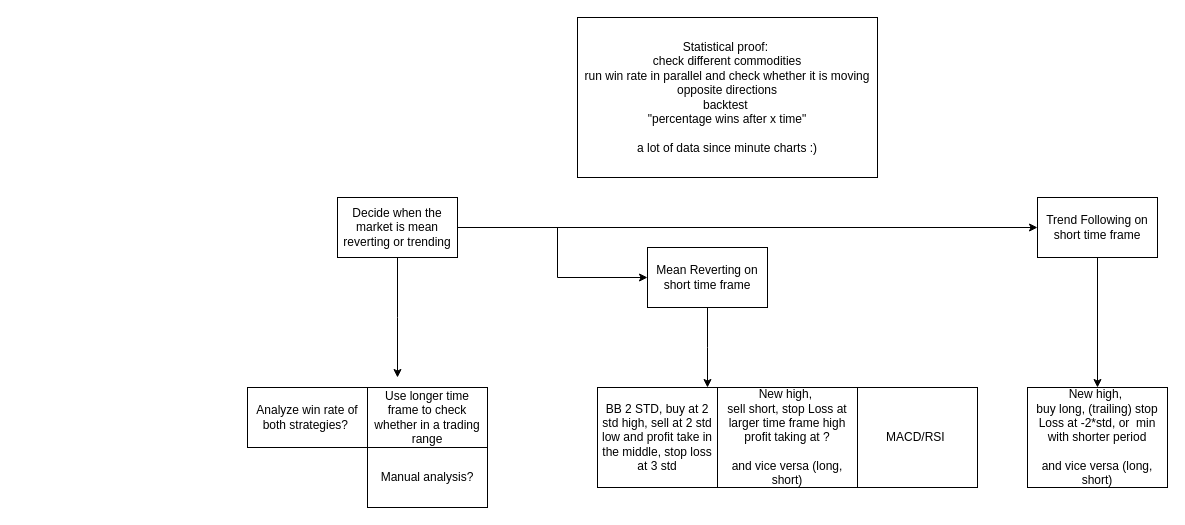
Earlier version of the draw.io diagram page "TF/MR on short time frame" (1 of 3) of TradingKonzepteFlowchart.drawio (jensakut/ibFuturesTrendFollowing). Source tidied: cells renumbered, new cells numbered last; positions are measured from the earlier drawing's top-left corner, leaving out a move shared by most shapes. Both pictures are drawn from the tidied source at 100%, with x=0, y=0 at pixel (247, 17).
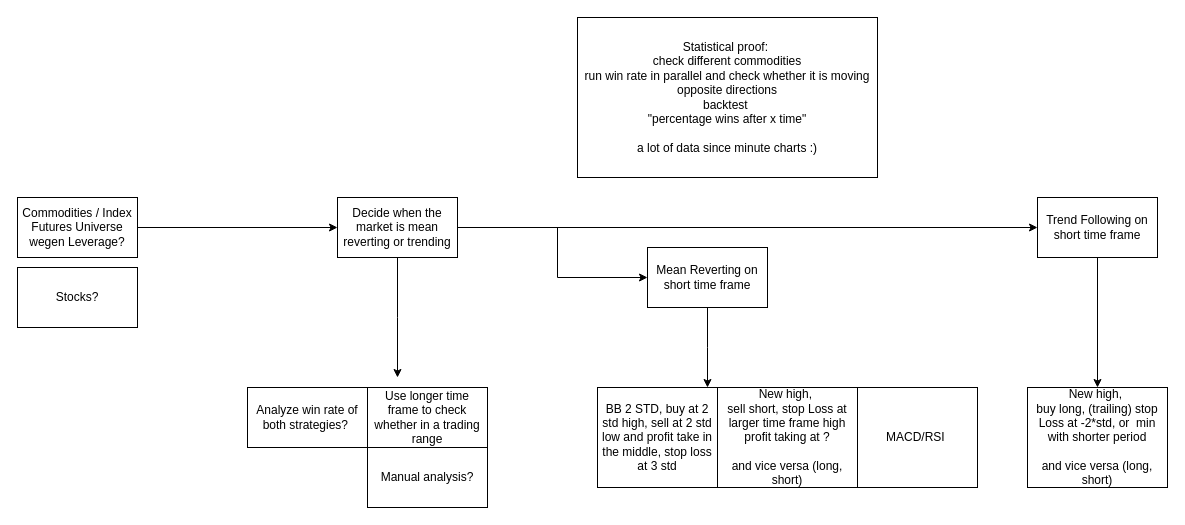
Above is the later version.

Unchanged cells that the change refers to:
```xml
<mxCell id="5" value="Decide when the market is mean reverting or trending" style="rounded=0;whiteSpace=wrap;html=1;" parent="1" vertex="1">
  <mxGeometry x="90" y="180" width="120" height="60" as="geometry" />
</mxCell>
```

Change to the diagram source:
```diff
@@
+    <mxCell id="18" style="edgeStyle=orthogonalEdgeStyle;rounded=0;jettySize=auto;html=1;" parent="1" edge="1" source="19" target="5">
+      <mxGeometry relative="1" as="geometry" />
+    </mxCell>
+    <mxCell id="19" value="Commodities / Index Futures Universe wegen Leverage?" style="rounded=0;whiteSpace=wrap;html=1;" parent="1" vertex="1">
+      <mxGeometry x="-230" y="180" width="120" height="60" as="geometry" />
+    </mxCell>
+    <mxCell id="20" value="Stocks?" style="rounded=0;whiteSpace=wrap;html=1;" parent="1" vertex="1">
+      <mxGeometry x="-230" y="250" width="120" height="60" as="geometry" />
+    </mxCell>
```
